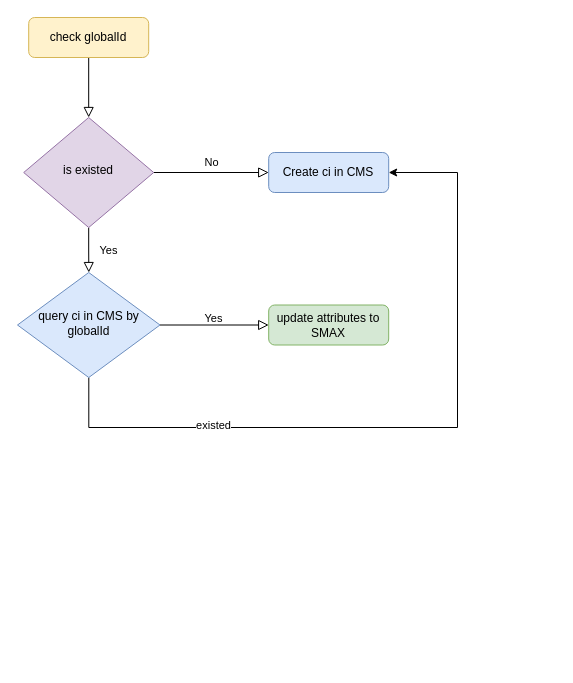
Above: id check.drawio in Skylar-shanghai/diagrams (draw.io), before the change. Source tidied: cells renumbered, new cells numbered last; positions are measured from the earlier drawing's top-left corner, leaving out a move shared by most shapes. Both pictures are drawn from the tidied source at 100%, with x=0, y=0 at pixel (17, 17).
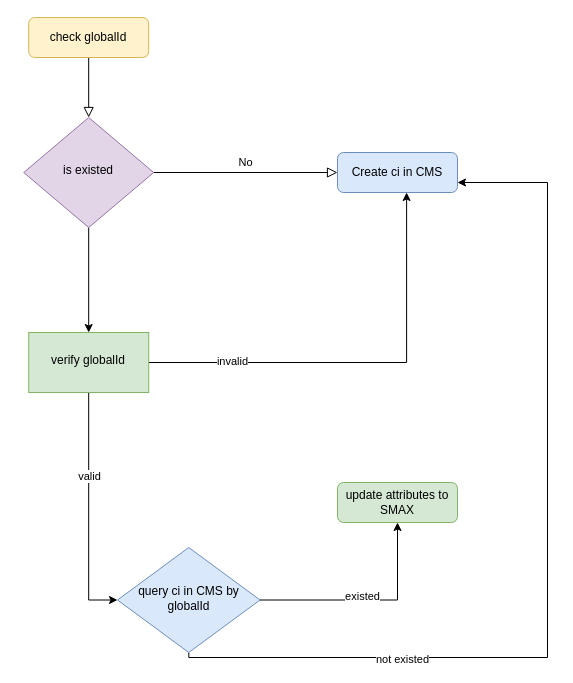
The same diagram, later.

The change refers to these unchanged cells:
```xml
<mxCell id="6" value="is existed" style="rhombus;whiteSpace=wrap;html=1;shadow=0;fontFamily=Helvetica;fontSize=12;align=center;strokeWidth=1;spacing=6;spacingTop=-4;fillColor=#e1d5e7;strokeColor=#9673a6;" parent="1" vertex="1">
  <mxGeometry x="6.2" y="100" width="130" height="110" as="geometry" />
</mxCell>
```

Change to the diagram source:
```diff
@@
-    <mxCell id="4" value="Yes" style="rounded=0;html=1;jettySize=auto;fontSize=11;endArrow=block;endFill=0;endSize=8;strokeWidth=1;shadow=0;labelBackgroundColor=none;edgeStyle=orthogonalEdgeStyle;" parent="1" edge="1" source="6" target="11">
-      <mxGeometry y="20" relative="1" as="geometry" />
-    </mxCell>
@@
+    <mxCell id="13" style="edgeStyle=orthogonalEdgeStyle;rounded=0;jettySize=auto;html=1;" parent="1" edge="1" source="6" target="19">
+      <mxGeometry relative="1" as="geometry" />
+    </mxCell>
@@
     <mxCell id="7" value="Create ci in CMS" style="rounded=1;whiteSpace=wrap;html=1;fontSize=12;glass=0;strokeWidth=1;shadow=0;fillColor=#dae8fc;strokeColor=#6c8ebf;" parent="1" vertex="1">
-      <mxGeometry x="251.2" y="135" width="120" height="40" as="geometry" />
+      <mxGeometry x="320" y="135" width="120" height="40" as="geometry" />
     </mxCell>
-    <mxCell id="8" value="Yes" style="edgeStyle=orthogonalEdgeStyle;rounded=0;html=1;jettySize=auto;fontSize=11;endArrow=block;endFill=0;endSize=8;strokeWidth=1;shadow=0;labelBackgroundColor=none;" parent="1" edge="1" source="11" target="12">
-      <mxGeometry x="-0.04" y="8" relative="1" as="geometry">
-        <mxPoint x="1" y="1" as="offset" />
-      </mxGeometry>
+    <mxCell id="8" style="edgeStyle=orthogonalEdgeStyle;rounded=0;jettySize=auto;html=1;entryX=0.5;entryY=1;entryDx=0;entryDy=0;" parent="1" edge="1" source="11" target="12">
+      <mxGeometry relative="1" as="geometry" />
     </mxCell>
+    <mxCell id="10" value="existed" style="edgeLabel;html=1;align=center;verticalAlign=middle;" parent="8" vertex="1">
+      <mxGeometry x="-0.05" y="4" relative="1" as="geometry" />
+    </mxCell>
-    <mxCell id="9" style="edgeStyle=orthogonalEdgeStyle;rounded=0;jettySize=auto;html=1;entryX=1;entryY=0.5;entryDx=0;entryDy=0;" parent="1" edge="1" source="11" target="7">
+    <mxCell id="9" style="edgeStyle=orthogonalEdgeStyle;rounded=0;jettySize=auto;html=1;entryX=1;entryY=0.75;entryDx=0;entryDy=0;" parent="1" edge="1" source="11" target="7">
       <mxGeometry relative="1" as="geometry">
         <Array as="points">
-          <mxPoint x="71" y="410" />
-          <mxPoint x="440" y="410" />
-          <mxPoint x="440" y="155" />
+          <mxPoint x="171" y="640" />
+          <mxPoint x="530" y="640" />
+          <mxPoint x="530" y="165" />
         </Array>
       </mxGeometry>
     </mxCell>
-    <mxCell id="10" value="existed" style="edgeLabel;html=1;align=center;verticalAlign=middle;" parent="9" vertex="1">
-      <mxGeometry x="-0.53" y="3" relative="1" as="geometry" />
-    </mxCell>
+    <mxCell id="14" value="not existed" style="edgeLabel;html=1;align=center;verticalAlign=middle;" parent="9" vertex="1">
+      <mxGeometry x="-0.53" y="-1" relative="1" as="geometry" />
+    </mxCell>
     <mxCell id="11" value="query ci in CMS by globalId" style="rhombus;whiteSpace=wrap;html=1;shadow=0;fontFamily=Helvetica;fontSize=12;align=center;strokeWidth=1;spacing=6;spacingTop=-4;fillColor=#dae8fc;strokeColor=#6c8ebf;" parent="1" vertex="1">
-      <mxGeometry y="255" width="142.5" height="105" as="geometry" />
+      <mxGeometry x="100" y="530" width="142.5" height="105" as="geometry" />
     </mxCell>
     <mxCell id="12" value="update attributes to SMAX" style="rounded=1;whiteSpace=wrap;html=1;fontSize=12;glass=0;strokeWidth=1;shadow=0;fillColor=#d5e8d4;strokeColor=#82b366;" parent="1" vertex="1">
-      <mxGeometry x="251.2" y="287.5" width="120" height="40" as="geometry" />
+      <mxGeometry x="320" y="465" width="120" height="40" as="geometry" />
     </mxCell>
+    <mxCell id="15" style="edgeStyle=orthogonalEdgeStyle;rounded=0;jettySize=auto;html=1;entryX=0;entryY=0.5;entryDx=0;entryDy=0;" parent="1" edge="1" source="19" target="11">
+      <mxGeometry relative="1" as="geometry" />
+    </mxCell>
+    <mxCell id="16" value="valid" style="edgeLabel;html=1;align=center;verticalAlign=middle;" parent="15" vertex="1">
+      <mxGeometry x="-0.3" relative="1" as="geometry" />
+    </mxCell>
+    <mxCell id="17" style="edgeStyle=orthogonalEdgeStyle;rounded=0;jettySize=auto;html=1;entryX=0.576;entryY=1;entryDx=0;entryDy=0;entryPerimeter=0;" parent="1" edge="1" source="19" target="7">
+      <mxGeometry relative="1" as="geometry">
+        <Array as="points">
+          <mxPoint x="389" y="345" />
+        </Array>
+      </mxGeometry>
+    </mxCell>
+    <mxCell id="18" value="invalid" style="edgeLabel;html=1;align=center;verticalAlign=middle;" parent="17" vertex="1">
+      <mxGeometry x="-0.61" y="2" relative="1" as="geometry" />
+    </mxCell>
+    <mxCell id="19" value="verify globalId" style="whiteSpace=wrap;html=1;fillColor=#d5e8d4;strokeColor=#82b366;shadow=0;strokeWidth=1;spacing=6;spacingTop=-4;" parent="1" vertex="1">
+      <mxGeometry x="11.2" y="315" width="120" height="60" as="geometry" />
+    </mxCell>
```
